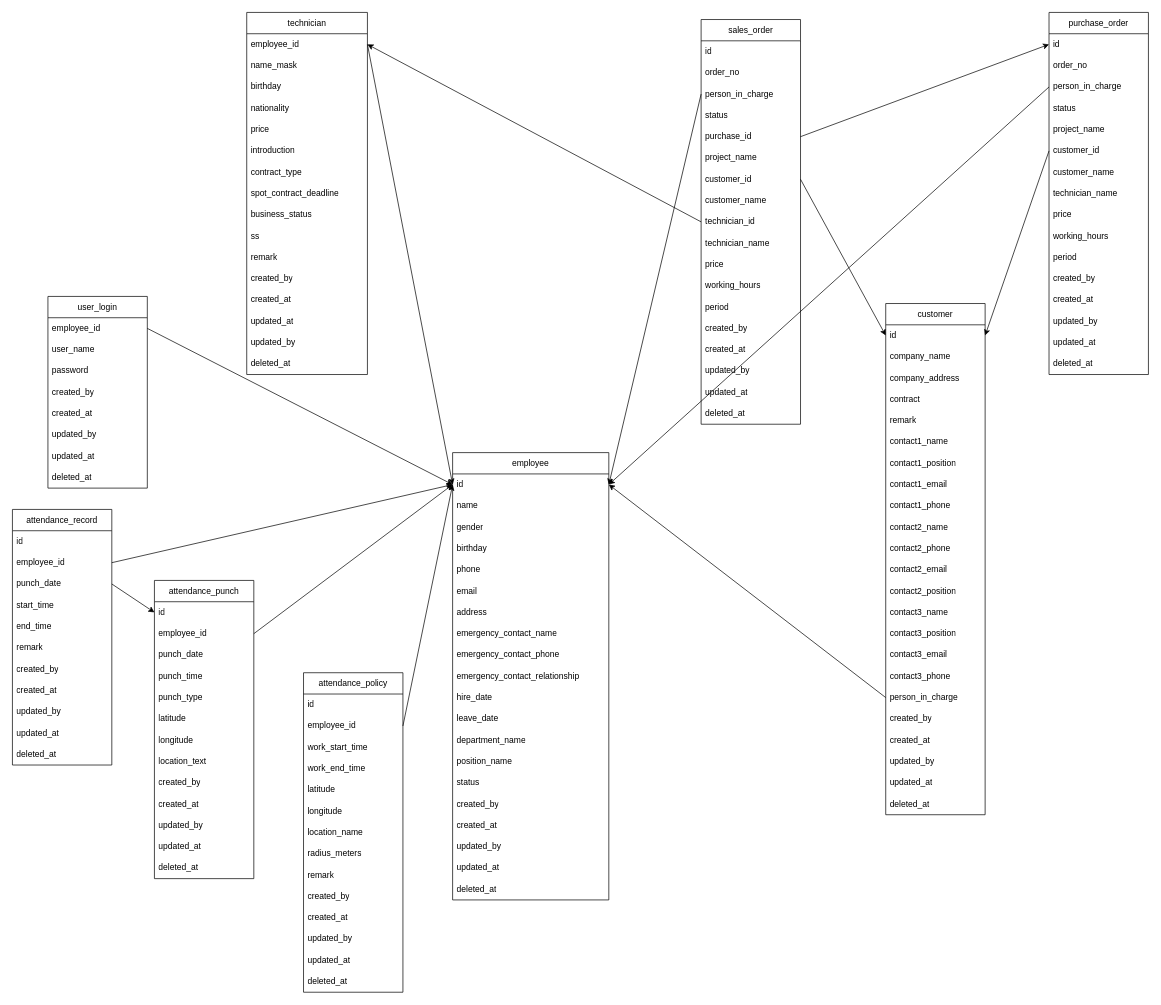
This is ER.drawio from s1991721/MatchSys, a draw.io file, before an edit. Source tidied: cells renumbered, new cells numbered last; positions are measured from the earlier drawing's top-left corner, leaving out a move shared by most shapes. Both pictures are drawn from the tidied source at 71%, with x=0, y=0 at pixel (12, 12).
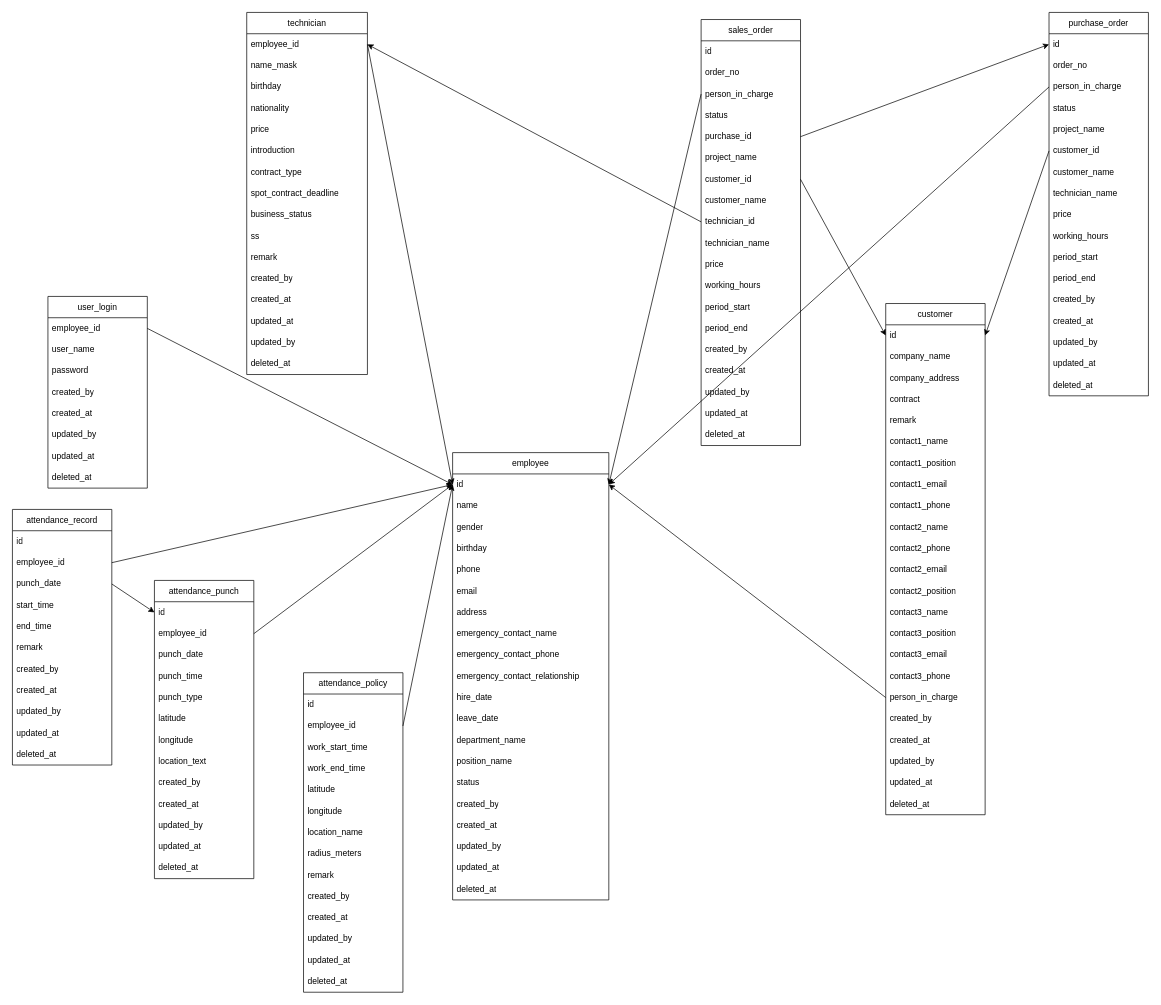
Above is the later version.

Change to the diagram source:
```diff
@@
     <mxCell id="121" value="purchase_order" style="swimlane;fontStyle=0;horizontal=1;startSize=30;whiteSpace=wrap;html=1;" parent="1" vertex="1">
-      <mxGeometry x="1460" width="140" height="510" as="geometry" />
+      <mxGeometry x="1460" width="140" height="540" as="geometry" />
     </mxCell>
@@
-    <mxCell id="132" value="period" style="text;strokeColor=none;fillColor=none;align=left;verticalAlign=middle;spacingLeft=4;spacingRight=4;overflow=hidden;whiteSpace=wrap;html=1;" parent="121" vertex="1">
+    <mxCell id="132" value="period_start" style="text;strokeColor=none;fillColor=none;align=left;verticalAlign=middle;spacingLeft=4;spacingRight=4;overflow=hidden;whiteSpace=wrap;html=1;" parent="121" vertex="1">
       <mxGeometry y="330" width="140" height="30" as="geometry" />
     </mxCell>
+    <mxCell id="163" value="period_end" style="text;strokeColor=none;fillColor=none;align=left;verticalAlign=middle;spacingLeft=4;spacingRight=4;overflow=hidden;whiteSpace=wrap;html=1;" parent="121" vertex="1">
+      <mxGeometry y="360" width="140" height="30" as="geometry" />
+    </mxCell>
     <mxCell id="133" value="created_by" style="text;strokeColor=none;fillColor=none;align=left;verticalAlign=middle;spacingLeft=4;spacingRight=4;overflow=hidden;whiteSpace=wrap;html=1;" parent="121" vertex="1">
-      <mxGeometry y="360" width="140" height="30" as="geometry" />
+      <mxGeometry y="390" width="140" height="30" as="geometry" />
     </mxCell>
     <mxCell id="134" value="created_at" style="text;strokeColor=none;fillColor=none;align=left;verticalAlign=middle;spacingLeft=4;spacingRight=4;overflow=hidden;whiteSpace=wrap;html=1;" parent="121" vertex="1">
-      <mxGeometry y="390" width="140" height="30" as="geometry" />
+      <mxGeometry y="420" width="140" height="30" as="geometry" />
     </mxCell>
     <mxCell id="135" value="updated_by" style="text;strokeColor=none;fillColor=none;align=left;verticalAlign=middle;spacingLeft=4;spacingRight=4;overflow=hidden;whiteSpace=wrap;html=1;" parent="121" vertex="1">
-      <mxGeometry y="420" width="140" height="30" as="geometry" />
+      <mxGeometry y="450" width="140" height="30" as="geometry" />
     </mxCell>
     <mxCell id="136" value="updated_at" style="text;strokeColor=none;fillColor=none;align=left;verticalAlign=middle;spacingLeft=4;spacingRight=4;overflow=hidden;whiteSpace=wrap;html=1;" parent="121" vertex="1">
-      <mxGeometry y="450" width="140" height="30" as="geometry" />
+      <mxGeometry y="480" width="140" height="30" as="geometry" />
     </mxCell>
     <mxCell id="137" value="deleted_at" style="text;strokeColor=none;fillColor=none;align=left;verticalAlign=middle;spacingLeft=4;spacingRight=4;overflow=hidden;whiteSpace=wrap;html=1;" parent="121" vertex="1">
-      <mxGeometry y="480" width="140" height="30" as="geometry" />
+      <mxGeometry y="510" width="140" height="30" as="geometry" />
     </mxCell>
     <mxCell id="138" value="sales_order" style="swimlane;fontStyle=0;horizontal=1;startSize=30;whiteSpace=wrap;html=1;" parent="1" vertex="1">
-      <mxGeometry x="970" y="10" width="140" height="570" as="geometry" />
+      <mxGeometry x="970" y="10" width="140" height="600" as="geometry" />
     </mxCell>
@@
+    <mxCell id="164" value="period_start" style="text;strokeColor=none;fillColor=none;align=left;verticalAlign=middle;spacingLeft=4;spacingRight=4;overflow=hidden;whiteSpace=wrap;html=1;" parent="138" vertex="1">
+      <mxGeometry y="390" width="140" height="30" as="geometry" />
+    </mxCell>
-    <mxCell id="151" value="period" style="text;strokeColor=none;fillColor=none;align=left;verticalAlign=middle;spacingLeft=4;spacingRight=4;overflow=hidden;whiteSpace=wrap;html=1;" parent="138" vertex="1">
-      <mxGeometry y="390" width="140" height="30" as="geometry" />
+    <mxCell id="151" value="period_end" style="text;strokeColor=none;fillColor=none;align=left;verticalAlign=middle;spacingLeft=4;spacingRight=4;overflow=hidden;whiteSpace=wrap;html=1;" parent="138" vertex="1">
+      <mxGeometry y="420" width="140" height="30" as="geometry" />
     </mxCell>
     <mxCell id="152" value="created_by" style="text;strokeColor=none;fillColor=none;align=left;verticalAlign=middle;spacingLeft=4;spacingRight=4;overflow=hidden;whiteSpace=wrap;html=1;" parent="138" vertex="1">
-      <mxGeometry y="420" width="140" height="30" as="geometry" />
+      <mxGeometry y="450" width="140" height="30" as="geometry" />
     </mxCell>
     <mxCell id="153" value="created_at" style="text;strokeColor=none;fillColor=none;align=left;verticalAlign=middle;spacingLeft=4;spacingRight=4;overflow=hidden;whiteSpace=wrap;html=1;" parent="138" vertex="1">
-      <mxGeometry y="450" width="140" height="30" as="geometry" />
+      <mxGeometry y="480" width="140" height="30" as="geometry" />
     </mxCell>
     <mxCell id="154" value="updated_by" style="text;strokeColor=none;fillColor=none;align=left;verticalAlign=middle;spacingLeft=4;spacingRight=4;overflow=hidden;whiteSpace=wrap;html=1;" parent="138" vertex="1">
-      <mxGeometry y="480" width="140" height="30" as="geometry" />
+      <mxGeometry y="510" width="140" height="30" as="geometry" />
     </mxCell>
     <mxCell id="155" value="updated_at" style="text;strokeColor=none;fillColor=none;align=left;verticalAlign=middle;spacingLeft=4;spacingRight=4;overflow=hidden;whiteSpace=wrap;html=1;" parent="138" vertex="1">
-      <mxGeometry y="510" width="140" height="30" as="geometry" />
+      <mxGeometry y="540" width="140" height="30" as="geometry" />
     </mxCell>
     <mxCell id="156" value="deleted_at" style="text;strokeColor=none;fillColor=none;align=left;verticalAlign=middle;spacingLeft=4;spacingRight=4;overflow=hidden;whiteSpace=wrap;html=1;" parent="138" vertex="1">
-      <mxGeometry y="540" width="140" height="30" as="geometry" />
+      <mxGeometry y="570" width="140" height="30" as="geometry" />
     </mxCell>
```
